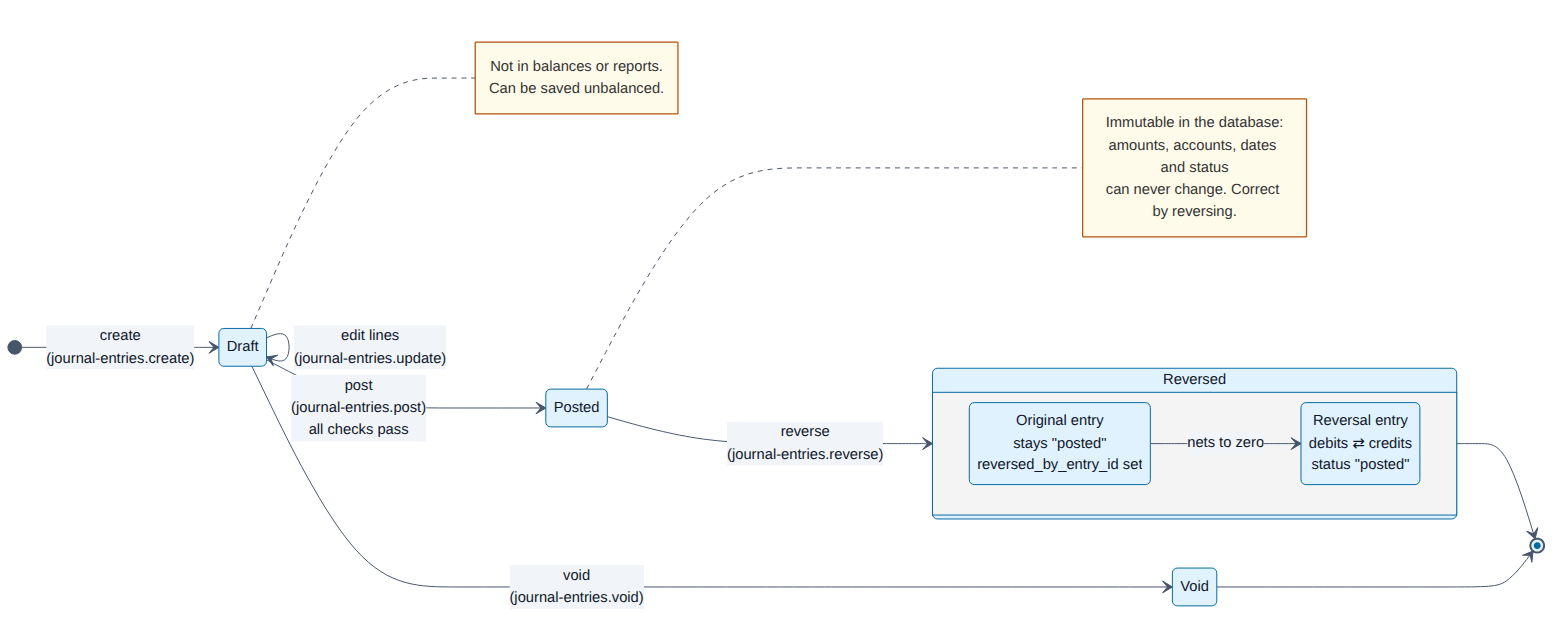
Above: docs/images/03-journal-lifecycle.png in alimarchal/laravel-chart-of-accounts-package (Mermaid), before the change. Its source is kept beside it as docs/diagrams/03-journal-lifecycle.mmd. The source it was exported from:
```mermaid
stateDiagram-v2
    direction LR
    [*] --> Draft: create<br/>(journal-entries.create)

    Draft --> Draft: edit lines<br/>(journal-entries.update)
    Draft --> Posted: post<br/>(journal-entries.post)<br/>all checks pass
    Draft --> Void: void<br/>(journal-entries.void)

    Posted --> Reversed: reverse<br/>(journal-entries.reverse)

    state Reversed {
        direction LR
        Original: Original entry<br/>stays "posted"<br/>reversed_by_entry_id set
        Mirror: Reversal entry<br/>debits ⇄ credits<br/>status "posted"
        Original --> Mirror: nets to zero
    }

    Void --> [*]
    Reversed --> [*]

    note right of Posted
        Immutable in the database:
        amounts, accounts, dates and status
        can never change. Correct by reversing.
    end note

    note right of Draft
        Not in balances or reports.
        Can be saved unbalanced.
    end note
```
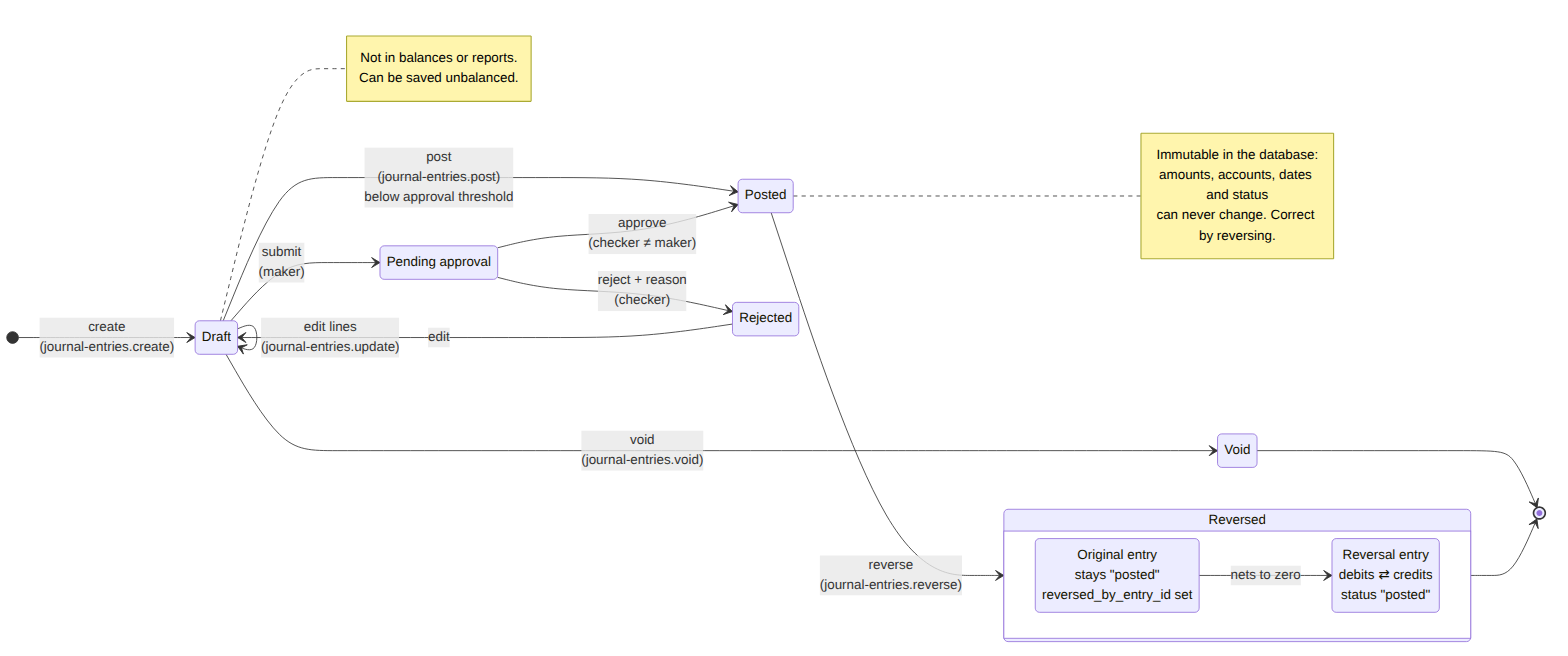
The same file after the commit.

Change to the diagram source:
```diff
@@ -3,8 +3,15 @@
     [*] --> Draft: create<br/>(journal-entries.create)
 
     Draft --> Draft: edit lines<br/>(journal-entries.update)
-    Draft --> Posted: post<br/>(journal-entries.post)<br/>all checks pass
+    Draft --> Posted: post<br/>(journal-entries.post)<br/>below approval threshold
+    Draft --> Pending: submit<br/>(maker)
+    Pending --> Posted: approve<br/>(checker ≠ maker)
+    Pending --> Rejected: reject + reason<br/>(checker)
+    Rejected --> Draft: edit
     Draft --> Void: void<br/>(journal-entries.void)
+
+    state "Pending approval" as Pending
+    state "Rejected" as Rejected
 
     Posted --> Reversed: reverse<br/>(journal-entries.reverse)
 
```
